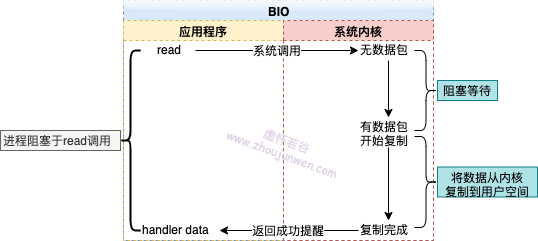
Earlier version of the draw.io export 同步阻塞.png (gumuqi/draw.io). Source tidied: cells renumbered, new cells last; positions are measured from the earlier drawing's top-left corner, leaving out a move shared by most shapes.
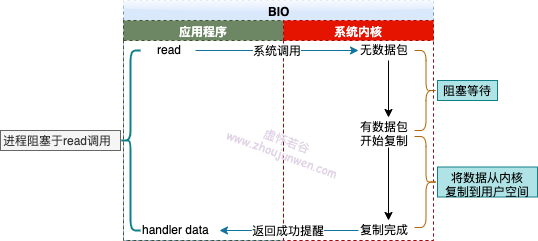
The same file after the commit.

Commit message:
已添加 同步阻塞.png

The edit, as a diff of the source:
```diff
@@ -5,19 +5,19 @@
     <mxCell id="2" value="BIO" style="swimlane;html=1;startSize=20;fillColor=#dae8fc;strokeColor=#6c8ebf;rounded=0;swimlaneLine=0;glass=1;dashed=1;" parent="1" vertex="1">
       <mxGeometry x="123" width="310" height="240" as="geometry" />
     </mxCell>
-    <mxCell id="3" value="应用程序" style="swimlane;html=1;startSize=20;fillColor=#fff2cc;strokeColor=#d6b656;dashed=1;" parent="2" vertex="1">
+    <mxCell id="3" value="应用程序" style="swimlane;html=1;startSize=20;fillColor=#6d8764;strokeColor=#3A5431;dashed=1;fontColor=#ffffff;" parent="2" vertex="1">
       <mxGeometry y="20" width="160" height="220" as="geometry" />
     </mxCell>
-    <mxCell id="4" value="系统内核" style="swimlane;html=1;startSize=20;fillColor=#f8cecc;strokeColor=#b85450;dashed=1;" parent="2" vertex="1">
+    <mxCell id="4" value="系统内核" style="swimlane;html=1;startSize=20;fillColor=#e51400;strokeColor=#B20000;dashed=1;fontColor=#ffffff;" parent="2" vertex="1">
       <mxGeometry x="160" y="20" width="150" height="220" as="geometry" />
     </mxCell>
     <mxCell id="5" value="虚怀若谷&lt;br&gt;www.zhoujunwen.com" style="text;html=1;align=center;verticalAlign=top;spacingTop=-4;fontColor=#E1D5E7;labelBackgroundColor=none;labelBorderColor=none;rounded=0;glass=1;shadow=0;comic=0;fontFamily=Comic Sans MS;rotation=20;" parent="4" vertex="1">
       <mxGeometry x="-63" y="110" width="130" height="30" as="geometry" />
     </mxCell>
-    <mxCell id="6" style="shape=curlyBracket;whiteSpace=wrap;html=1;rounded=1;strokeWidth=2;" parent="1" vertex="1">
+    <mxCell id="6" style="shape=curlyBracket;whiteSpace=wrap;html=1;rounded=1;strokeWidth=2;fillColor=#b0e3e6;strokeColor=#0e8088;" parent="1" vertex="1">
       <mxGeometry x="120" y="50" width="20" height="180" as="geometry" />
     </mxCell>
-    <mxCell id="7" value="系统调用" style="edgeStyle=orthogonalEdgeStyle;rounded=0;jettySize=auto;html=1;" parent="1" edge="1" source="8" target="10">
+    <mxCell id="7" value="系统调用" style="edgeStyle=orthogonalEdgeStyle;rounded=0;jettySize=auto;html=1;fillColor=#b1ddf0;strokeColor=#10739e;" parent="1" edge="1" source="8" target="10">
       <mxGeometry relative="1" as="geometry" />
     </mxCell>
     <mxCell id="8" value="read" style="text;html=1;points=[];align=left;verticalAlign=top;spacingTop=-4;" parent="1" vertex="1">
@@ -35,19 +35,19 @@
     <mxCell id="12" value="有数据包&lt;br&gt;开始复制" style="text;html=1;points=[];align=left;verticalAlign=top;spacingTop=-4;" parent="1" vertex="1">
       <mxGeometry x="358" y="117" width="60" height="30" as="geometry" />
     </mxCell>
-    <mxCell id="13" style="shape=curlyBracket;whiteSpace=wrap;html=1;rounded=1;rotation=180;" parent="1" vertex="1">
+    <mxCell id="13" style="shape=curlyBracket;whiteSpace=wrap;html=1;rounded=1;rotation=180;fillColor=#fad7ac;strokeColor=#b46504;" parent="1" vertex="1">
       <mxGeometry x="414" y="50" width="23" height="80" as="geometry" />
     </mxCell>
     <mxCell id="14" value="阻塞等待" style="text;html=1;align=center;verticalAlign=top;spacingTop=-4;fillColor=#b0e3e6;strokeColor=#0e8088;" parent="1" vertex="1">
       <mxGeometry x="437" y="80" width="60" height="20" as="geometry" />
     </mxCell>
-    <mxCell id="15" value="返回成功提醒" style="edgeStyle=orthogonalEdgeStyle;rounded=0;jettySize=auto;html=1;entryX=0.988;entryY=0.5;entryDx=0;entryDy=0;entryPerimeter=0;" parent="1" edge="1" source="16" target="18">
+    <mxCell id="15" value="返回成功提醒" style="edgeStyle=orthogonalEdgeStyle;rounded=0;jettySize=auto;html=1;entryX=0.988;entryY=0.5;entryDx=0;entryDy=0;entryPerimeter=0;fillColor=#b1ddf0;strokeColor=#10739e;" parent="1" edge="1" source="16" target="18">
       <mxGeometry relative="1" as="geometry" />
     </mxCell>
     <mxCell id="16" value="复制完成" style="text;html=1;points=[];align=left;verticalAlign=top;spacingTop=-4;" parent="1" vertex="1">
       <mxGeometry x="358" y="220" width="60" height="20" as="geometry" />
     </mxCell>
-    <mxCell id="17" style="shape=curlyBracket;whiteSpace=wrap;html=1;rounded=1;rotation=180;" parent="1" vertex="1">
+    <mxCell id="17" style="shape=curlyBracket;whiteSpace=wrap;html=1;rounded=1;rotation=180;fillColor=#fad7ac;strokeColor=#b46504;" parent="1" vertex="1">
       <mxGeometry x="414" y="136" width="23" height="91" as="geometry" />
     </mxCell>
     <mxCell id="18" value="handler data" style="text;html=1;points=[];align=left;verticalAlign=top;spacingTop=-4;" parent="1" vertex="1">
```
